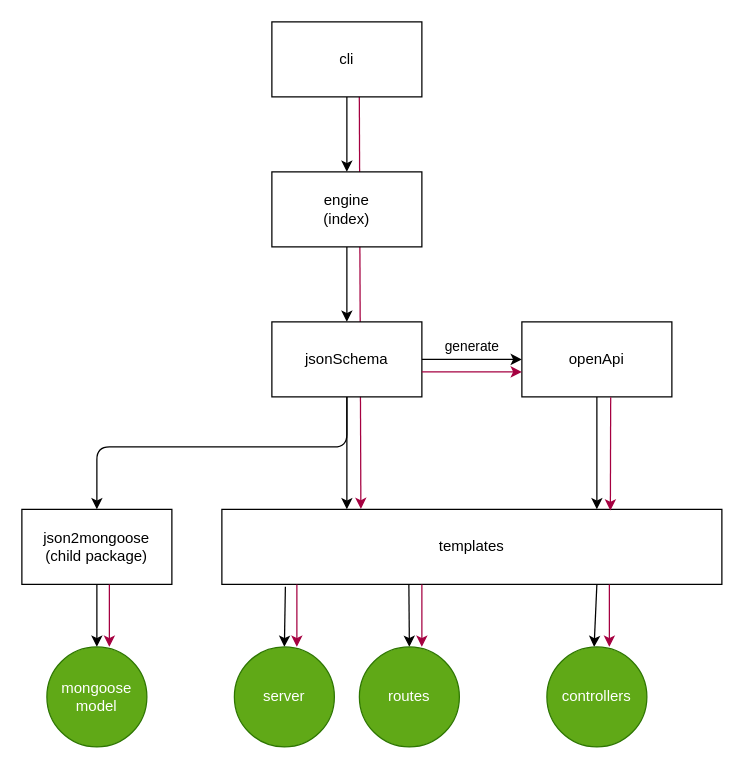
Above: plan/appstructure.drawio in Justin26l/VeryExpress (draw.io), before the change. Source tidied: cells renumbered, new cells numbered last; positions are measured from the earlier drawing's top-left corner, leaving out a move shared by most shapes. Both pictures are drawn from the tidied source at 125%, with x=0, y=0 at pixel (21, 21).
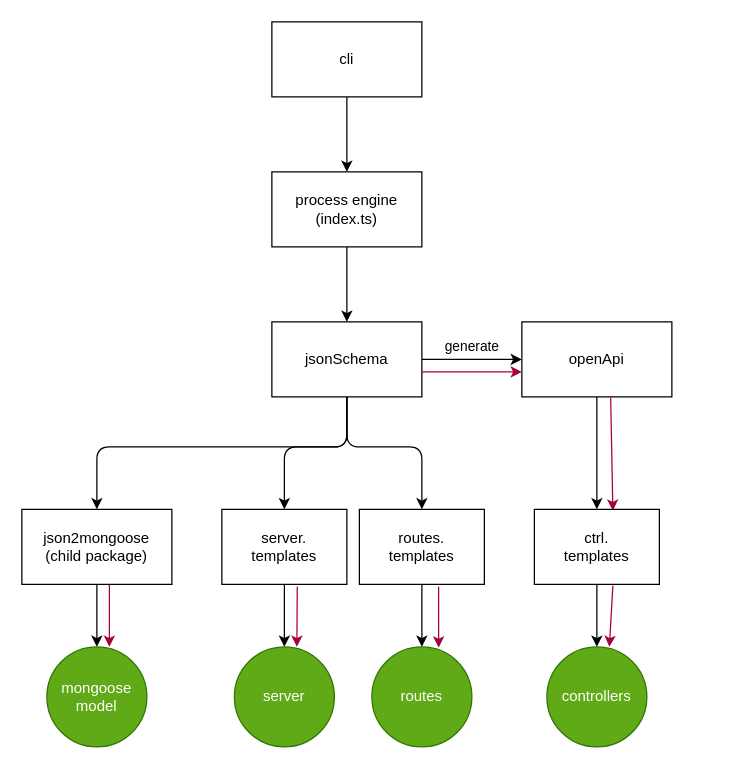
The same page after the edit.

The change refers to these unchanged cells:
```xml
<mxCell id="4" value="cli" style="rounded=0;whiteSpace=wrap;html=1;" parent="1" vertex="1">
  <mxGeometry x="200" width="120" height="60" as="geometry" />
</mxCell>
<mxCell id="12" value="jsonSchema" style="rounded=0;whiteSpace=wrap;html=1;" parent="1" vertex="1">
  <mxGeometry x="200" y="240" width="120" height="60" as="geometry" />
</mxCell>
<mxCell id="14" value="openApi" style="rounded=0;whiteSpace=wrap;html=1;" parent="1" vertex="1">
  <mxGeometry x="400" y="240" width="120" height="60" as="geometry" />
</mxCell>
<mxCell id="20" value="server" style="ellipse;whiteSpace=wrap;html=1;rounded=0;fillColor=#60a917;fontColor=#ffffff;strokeColor=#2D7600;" parent="1" vertex="1">
  <mxGeometry x="170" y="500" width="80" height="80" as="geometry" />
</mxCell>
<mxCell id="22" value="controllers" style="ellipse;whiteSpace=wrap;html=1;rounded=0;fillColor=#60a917;fontColor=#ffffff;strokeColor=#2D7600;" parent="1" vertex="1">
  <mxGeometry x="420" y="500" width="80" height="80" as="geometry" />
</mxCell>
```

Change to the diagram source:
```diff
@@
-    <mxCell id="3" style="edgeStyle=none;html=1;exitX=0.583;exitY=0.985;exitDx=0;exitDy=0;entryX=0.278;entryY=-0.006;entryDx=0;entryDy=0;entryPerimeter=0;exitPerimeter=0;fillColor=#d80073;strokeColor=#A50040;" parent="1" edge="1" source="4" target="18">
-      <mxGeometry relative="1" as="geometry" />
-    </mxCell>
@@
-    <mxCell id="6" value="engine &lt;br&gt;(index)" style="rounded=0;whiteSpace=wrap;html=1;" parent="1" vertex="1">
+    <mxCell id="6" value="process engine &lt;br&gt;(index.ts)" style="rounded=0;whiteSpace=wrap;html=1;" parent="1" vertex="1">
       <mxGeometry x="200" y="120" width="120" height="60" as="geometry" />
     </mxCell>
@@
-    <mxCell id="10" style="edgeStyle=none;html=1;entryX=0.25;entryY=0;entryDx=0;entryDy=0;" parent="1" edge="1" source="12" target="18">
-      <mxGeometry relative="1" as="geometry" />
+    <mxCell id="10" style="edgeStyle=none;html=1;entryX=0.5;entryY=0;entryDx=0;entryDy=0;" parent="1" edge="1" source="12" target="18">
+      <mxGeometry relative="1" as="geometry">
+        <Array as="points">
+          <mxPoint x="260" y="340" />
+          <mxPoint x="210" y="340" />
+        </Array>
+      </mxGeometry>
     </mxCell>
@@
-    <mxCell id="13" style="edgeStyle=none;html=1;entryX=0.75;entryY=0;entryDx=0;entryDy=0;" parent="1" edge="1" source="14" target="18">
+    <mxCell id="13" style="edgeStyle=none;html=1;entryX=0.5;entryY=0;entryDx=0;entryDy=0;" parent="1" edge="1" source="14" target="31">
       <mxGeometry relative="1" as="geometry" />
     </mxCell>
@@
+    <mxCell id="16" style="edgeStyle=none;html=1;exitX=0.5;exitY=1;exitDx=0;exitDy=0;" parent="1" edge="1" source="31" target="22">
+      <mxGeometry relative="1" as="geometry" />
+    </mxCell>
-    <mxCell id="15" style="edgeStyle=none;html=1;exitX=0.127;exitY=1.032;exitDx=0;exitDy=0;exitPerimeter=0;" parent="1" edge="1" source="18" target="20">
+    <mxCell id="15" style="edgeStyle=none;html=1;" parent="1" edge="1" source="18" target="20">
       <mxGeometry relative="1" as="geometry" />
     </mxCell>
-    <mxCell id="16" style="edgeStyle=none;html=1;exitX=0.75;exitY=1;exitDx=0;exitDy=0;" parent="1" edge="1" source="18" target="22">
-      <mxGeometry relative="1" as="geometry" />
-    </mxCell>
-    <mxCell id="17" style="edgeStyle=none;html=1;exitX=0.374;exitY=1.005;exitDx=0;exitDy=0;exitPerimeter=0;" parent="1" edge="1" source="18" target="21">
-      <mxGeometry relative="1" as="geometry" />
-    </mxCell>
-    <mxCell id="18" value="templates" style="rounded=0;whiteSpace=wrap;html=1;" parent="1" vertex="1">
-      <mxGeometry x="160" y="390" width="400" height="60" as="geometry" />
+    <mxCell id="18" value="server.&lt;br&gt;templates" style="rounded=0;whiteSpace=wrap;html=1;" parent="1" vertex="1">
+      <mxGeometry x="160" y="390" width="100" height="60" as="geometry" />
     </mxCell>
@@
     <mxCell id="21" value="routes" style="ellipse;whiteSpace=wrap;html=1;rounded=0;fillColor=#60a917;fontColor=#ffffff;strokeColor=#2D7600;" parent="1" vertex="1">
-      <mxGeometry x="270" y="500" width="80" height="80" as="geometry" />
+      <mxGeometry x="280" y="500" width="80" height="80" as="geometry" />
     </mxCell>
@@
-    <mxCell id="24" style="edgeStyle=none;html=1;exitX=0.592;exitY=1.004;exitDx=0;exitDy=0;fillColor=#d80073;strokeColor=#A50040;exitPerimeter=0;entryX=0.777;entryY=0.015;entryDx=0;entryDy=0;entryPerimeter=0;" parent="1" edge="1" source="14" target="18">
+    <mxCell id="24" style="edgeStyle=none;html=1;exitX=0.592;exitY=1.004;exitDx=0;exitDy=0;fillColor=#d80073;strokeColor=#A50040;exitPerimeter=0;entryX=0.628;entryY=0.017;entryDx=0;entryDy=0;entryPerimeter=0;" parent="1" edge="1" source="14" target="31">
       <mxGeometry relative="1" as="geometry" />
     </mxCell>
-    <mxCell id="25" style="edgeStyle=none;html=1;exitX=0.416;exitY=0.998;exitDx=0;exitDy=0;fillColor=#d80073;strokeColor=#A50040;exitPerimeter=0;" parent="1" edge="1">
+    <mxCell id="25" style="edgeStyle=none;html=1;fillColor=#d80073;strokeColor=#A50040;exitX=0.628;exitY=1.017;exitDx=0;exitDy=0;exitPerimeter=0;" parent="1" edge="1" source="31">
       <mxGeometry relative="1" as="geometry">
-        <mxPoint x="470" y="450" as="sourcePoint" />
         <mxPoint x="470" y="500" as="targetPoint" />
       </mxGeometry>
     </mxCell>
-    <mxCell id="26" style="edgeStyle=none;html=1;exitX=0.416;exitY=0.998;exitDx=0;exitDy=0;fillColor=#d80073;strokeColor=#A50040;exitPerimeter=0;" parent="1" edge="1">
-      <mxGeometry relative="1" as="geometry">
-        <mxPoint x="320" y="450" as="sourcePoint" />
-        <mxPoint x="320" y="500" as="targetPoint" />
-      </mxGeometry>
+    <mxCell id="26" style="edgeStyle=none;html=1;fillColor=#d80073;strokeColor=#A50040;exitX=0.634;exitY=1.033;exitDx=0;exitDy=0;exitPerimeter=0;entryX=0.668;entryY=0.007;entryDx=0;entryDy=0;entryPerimeter=0;" parent="1" edge="1" source="30" target="21">
+      <mxGeometry relative="1" as="geometry" />
     </mxCell>
-    <mxCell id="27" style="edgeStyle=none;html=1;exitX=0.416;exitY=0.998;exitDx=0;exitDy=0;fillColor=#d80073;strokeColor=#A50040;exitPerimeter=0;" parent="1" edge="1">
+    <mxCell id="27" style="edgeStyle=none;html=1;fillColor=#d80073;strokeColor=#A50040;exitX=0.603;exitY=1.028;exitDx=0;exitDy=0;exitPerimeter=0;" parent="1" edge="1" source="18">
       <mxGeometry relative="1" as="geometry">
-        <mxPoint x="220" y="450" as="sourcePoint" />
         <mxPoint x="220" y="500" as="targetPoint" />
       </mxGeometry>
     </mxCell>
@@
+    <mxCell id="29" style="edgeStyle=none;html=1;" parent="1" edge="1" source="30" target="21">
+      <mxGeometry relative="1" as="geometry" />
+    </mxCell>
+    <mxCell id="30" value="routes.&lt;br&gt;templates" style="rounded=0;whiteSpace=wrap;html=1;" parent="1" vertex="1">
+      <mxGeometry x="270" y="390" width="100" height="60" as="geometry" />
+    </mxCell>
+    <mxCell id="31" value="ctrl.&lt;br&gt;templates" style="rounded=0;whiteSpace=wrap;html=1;" parent="1" vertex="1">
+      <mxGeometry x="410" y="390" width="100" height="60" as="geometry" />
+    </mxCell>
+    <mxCell id="32" style="edgeStyle=none;html=1;entryX=0.5;entryY=0;entryDx=0;entryDy=0;exitX=0.5;exitY=1;exitDx=0;exitDy=0;" parent="1" edge="1" source="12" target="30">
+      <mxGeometry relative="1" as="geometry">
+        <Array as="points">
+          <mxPoint x="260" y="340" />
+          <mxPoint x="320" y="340" />
+        </Array>
+      </mxGeometry>
+    </mxCell>
```
